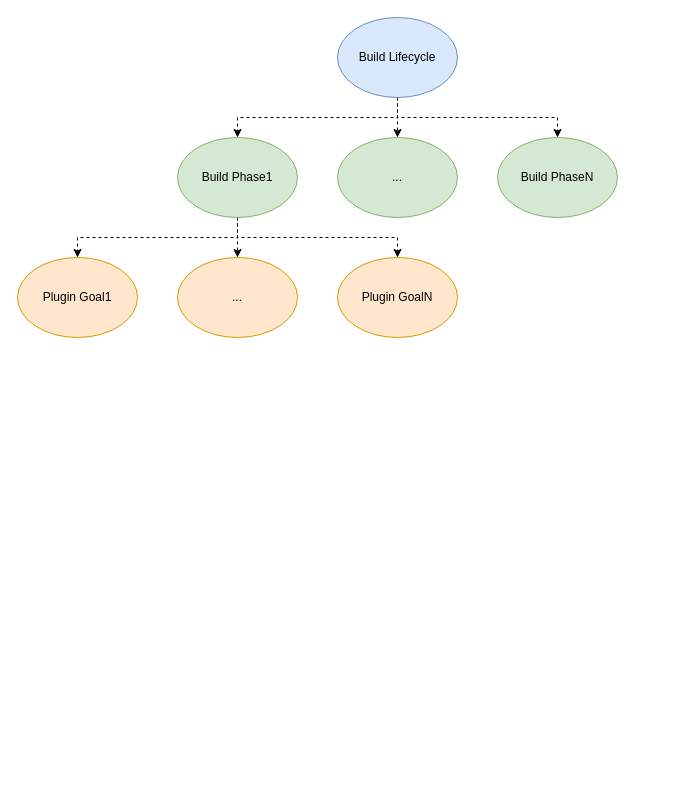
Before: maven_build_lifecycle.drawio in ZiqingYip/moment, a draw.io diagram. Source tidied: cells renumbered, new cells numbered last; positions are measured from the earlier drawing's top-left corner, leaving out a move shared by most shapes. Both pictures are drawn from the tidied source at 100%, with x=0, y=0 at pixel (17, 17).
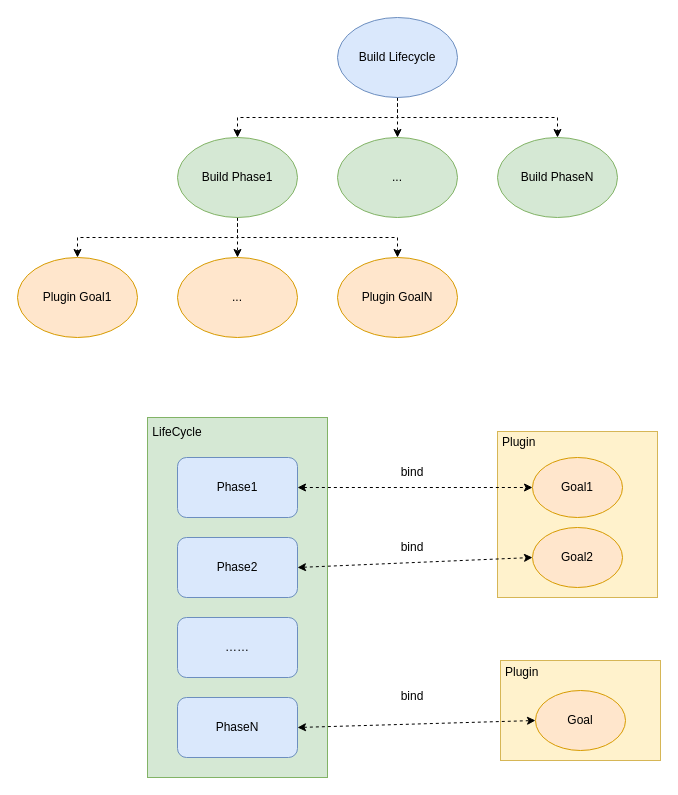
The same diagram, later.

The edit, as a diff of the source:
```diff
@@
+    <mxCell id="15" style="rounded=0;whiteSpace=wrap;html=1;fillColor=#d5e8d4;strokeColor=#82b366;" parent="1" vertex="1">
+      <mxGeometry x="130" y="400" width="180" height="360" as="geometry" />
+    </mxCell>
@@
+    <mxCell id="16" value="Phase1" style="rounded=1;whiteSpace=wrap;html=1;fillColor=#dae8fc;strokeColor=#6c8ebf;" parent="1" vertex="1">
+      <mxGeometry x="160" y="440" width="120" height="60" as="geometry" />
+    </mxCell>
+    <mxCell id="17" value="Phase2" style="rounded=1;whiteSpace=wrap;html=1;fillColor=#dae8fc;strokeColor=#6c8ebf;" parent="1" vertex="1">
+      <mxGeometry x="160" y="520" width="120" height="60" as="geometry" />
+    </mxCell>
+    <mxCell id="18" value="……" style="rounded=1;whiteSpace=wrap;html=1;fillColor=#dae8fc;strokeColor=#6c8ebf;" parent="1" vertex="1">
+      <mxGeometry x="160" y="600" width="120" height="60" as="geometry" />
+    </mxCell>
+    <mxCell id="19" value="PhaseN" style="rounded=1;whiteSpace=wrap;html=1;fillColor=#dae8fc;strokeColor=#6c8ebf;" parent="1" vertex="1">
+      <mxGeometry x="160" y="680" width="120" height="60" as="geometry" />
+    </mxCell>
+    <mxCell id="20" value="LifeCycle" style="text;html=1;strokeColor=none;fillColor=none;align=center;verticalAlign=middle;whiteSpace=wrap;rounded=0;" parent="1" vertex="1">
+      <mxGeometry x="130" y="400" width="60" height="30" as="geometry" />
+    </mxCell>
+    <mxCell id="21" style="rounded=0;whiteSpace=wrap;html=1;fillColor=#fff2cc;strokeColor=#d6b656;" parent="1" vertex="1">
+      <mxGeometry x="480" y="414" width="160" height="166" as="geometry" />
+    </mxCell>
+    <mxCell id="22" value="Goal1" style="ellipse;whiteSpace=wrap;html=1;rounded=1;fillColor=#ffe6cc;strokeColor=#d79b00;" parent="1" vertex="1">
+      <mxGeometry x="515" y="440" width="90" height="60" as="geometry" />
+    </mxCell>
+    <mxCell id="23" value="Goal2" style="ellipse;whiteSpace=wrap;html=1;rounded=1;fillColor=#ffe6cc;strokeColor=#d79b00;" parent="1" vertex="1">
+      <mxGeometry x="515" y="510" width="90" height="60" as="geometry" />
+    </mxCell>
+    <mxCell id="24" style="rounded=0;whiteSpace=wrap;html=1;fillColor=#fff2cc;strokeColor=#d6b656;" parent="1" vertex="1">
+      <mxGeometry x="483" y="643" width="160" height="100" as="geometry" />
+    </mxCell>
+    <mxCell id="25" value="Goal" style="ellipse;whiteSpace=wrap;html=1;rounded=1;fillColor=#ffe6cc;strokeColor=#d79b00;" parent="1" vertex="1">
+      <mxGeometry x="518" y="673" width="90" height="60" as="geometry" />
+    </mxCell>
+    <mxCell id="26" value="Plugin" style="text;html=1;strokeColor=none;fillColor=none;align=left;verticalAlign=middle;whiteSpace=wrap;rounded=0;" parent="1" vertex="1">
+      <mxGeometry x="486" y="640" width="40" height="30" as="geometry" />
+    </mxCell>
+    <mxCell id="27" value="Plugin" style="text;html=1;strokeColor=none;fillColor=none;align=left;verticalAlign=middle;whiteSpace=wrap;rounded=0;" parent="1" vertex="1">
+      <mxGeometry x="483" y="410" width="40" height="30" as="geometry" />
+    </mxCell>
+    <mxCell id="28" style="rounded=0;jettySize=auto;html=1;exitX=1;exitY=0.5;exitDx=0;exitDy=0;entryX=0;entryY=0.5;entryDx=0;entryDy=0;startArrow=classic;startFill=1;dashed=1;" parent="1" edge="1" source="19" target="25">
+      <mxGeometry relative="1" as="geometry" />
+    </mxCell>
+    <mxCell id="29" style="edgeStyle=none;rounded=0;jettySize=auto;html=1;exitX=1;exitY=0.5;exitDx=0;exitDy=0;entryX=0;entryY=0.5;entryDx=0;entryDy=0;dashed=1;startArrow=classic;startFill=1;" parent="1" edge="1" source="16" target="22">
+      <mxGeometry relative="1" as="geometry" />
+    </mxCell>
+    <mxCell id="30" style="edgeStyle=none;rounded=0;jettySize=auto;html=1;exitX=1;exitY=0.5;exitDx=0;exitDy=0;entryX=0;entryY=0.5;entryDx=0;entryDy=0;dashed=1;startArrow=classic;startFill=1;" parent="1" edge="1" source="17" target="23">
+      <mxGeometry relative="1" as="geometry" />
+    </mxCell>
+    <mxCell id="31" value="bind" style="text;html=1;strokeColor=none;fillColor=none;align=center;verticalAlign=middle;whiteSpace=wrap;rounded=0;" parent="1" vertex="1">
+      <mxGeometry x="365" y="664" width="60" height="30" as="geometry" />
+    </mxCell>
+    <mxCell id="32" value="bind" style="text;html=1;strokeColor=none;fillColor=none;align=center;verticalAlign=middle;whiteSpace=wrap;rounded=0;" parent="1" vertex="1">
+      <mxGeometry x="365" y="515" width="60" height="30" as="geometry" />
+    </mxCell>
+    <mxCell id="33" value="bind" style="text;html=1;strokeColor=none;fillColor=none;align=center;verticalAlign=middle;whiteSpace=wrap;rounded=0;" parent="1" vertex="1">
+      <mxGeometry x="365" y="440" width="60" height="30" as="geometry" />
+    </mxCell>
```
